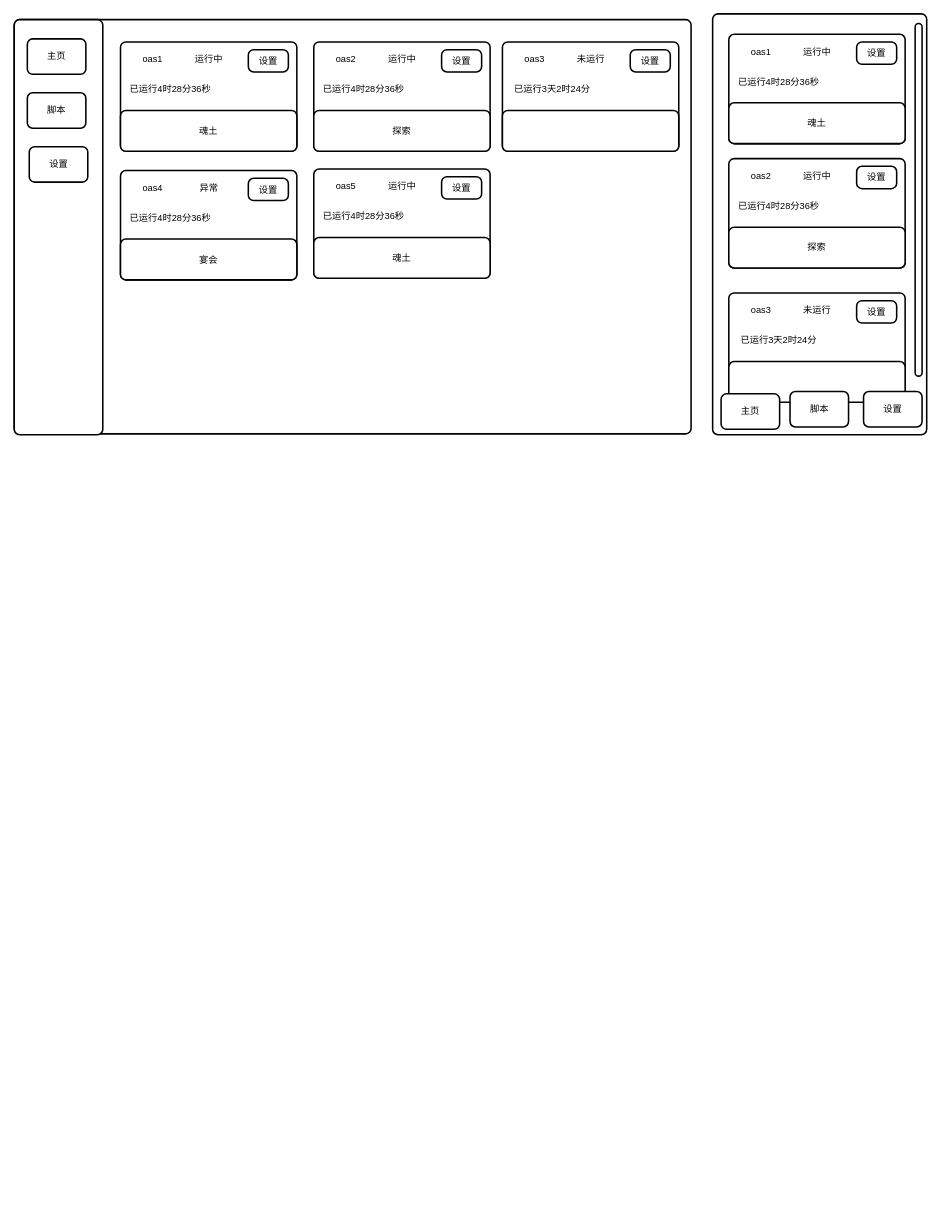
The draw.io diagram oasx.drawio in BluettDream/draw.io, before the edit. Source tidied: cells renumbered, new cells numbered last; positions are measured from the earlier drawing's top-left corner, leaving out a move shared by most shapes. Both pictures are drawn from the tidied source at 77%, with x=0, y=0 at pixel (14, 14).
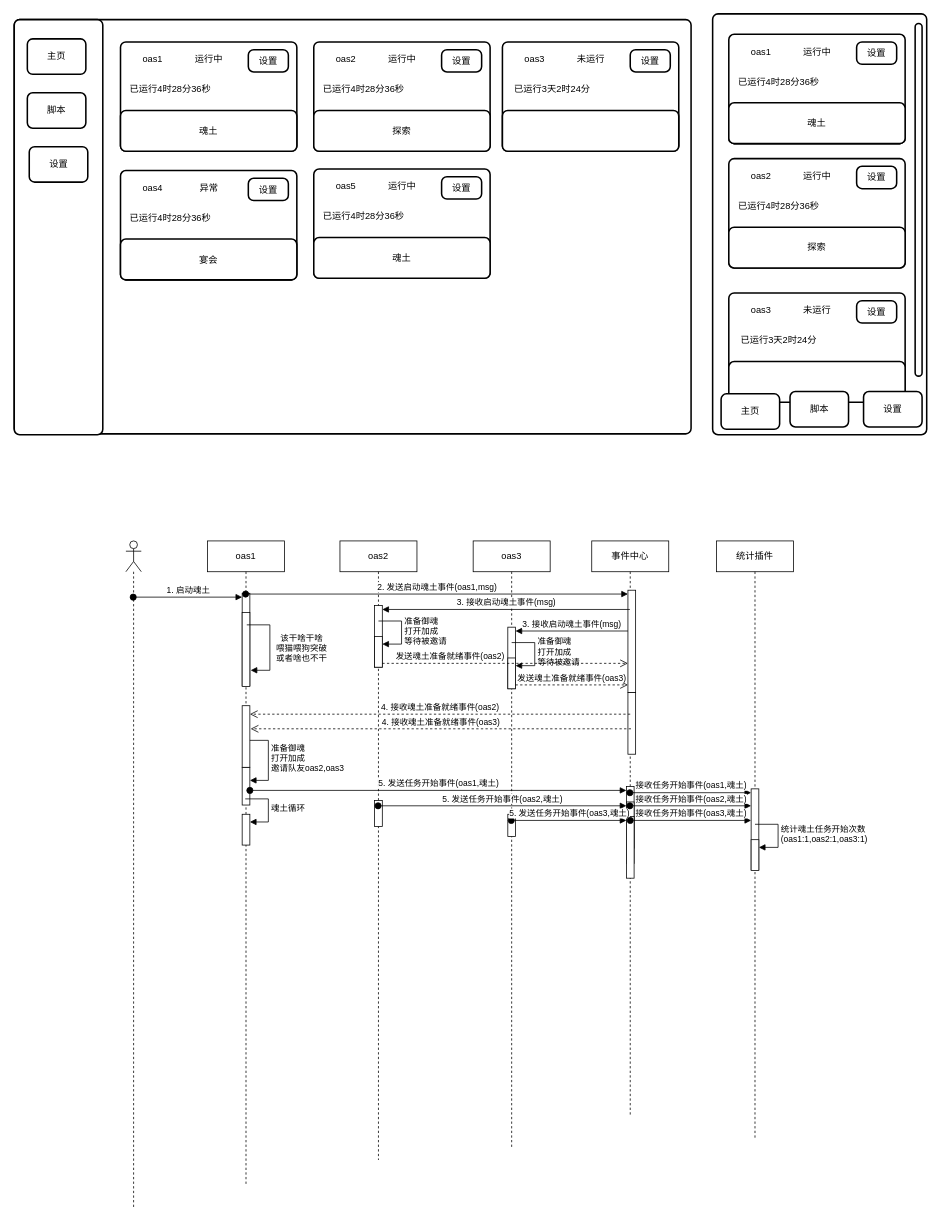
Above is the later version.

The edit, as a diff of the source:
```diff
@@
+    <mxCell id="60" style="shape=umlLifeline;perimeter=lifelinePerimeter;whiteSpace=wrap;html=1;outlineConnect=0;portConstraint=eastwest;newEdgeStyle={&quot;curved&quot;:0,&quot;rounded&quot;:0};participant=umlActor;" parent="1" vertex="1">
+      <mxGeometry x="145" y="684" width="20" height="866" as="geometry" />
+    </mxCell>
+    <mxCell id="61" value="oas1" style="shape=umlLifeline;perimeter=lifelinePerimeter;whiteSpace=wrap;html=1;outlineConnect=0;portConstraint=eastwest;newEdgeStyle={&quot;curved&quot;:0,&quot;rounded&quot;:0};" parent="1" vertex="1">
+      <mxGeometry x="251" y="684" width="100" height="838" as="geometry" />
+    </mxCell>
+    <mxCell id="62" style="html=1;points=[[0,0,0,0,5],[0,1,0,0,-5],[1,0,0,0,5],[1,1,0,0,-5]];perimeter=orthogonalPerimeter;outlineConnect=0;targetShapes=umlLifeline;portConstraint=eastwest;newEdgeStyle={&quot;curved&quot;:0,&quot;rounded&quot;:0};" parent="61" vertex="1">
+      <mxGeometry x="45" y="68" width="10" height="120" as="geometry" />
+    </mxCell>
+    <mxCell id="63" style="html=1;perimeter=orthogonalPerimeter;targetShapes=umlLifeline;newEdgeStyle={&quot;curved&quot;:0,&quot;rounded&quot;:0};" parent="61" vertex="1">
+      <mxGeometry x="45" y="93" width="10" height="96" as="geometry" />
+    </mxCell>
+    <mxCell id="64" style="html=1;align=left;spacingLeft=2;endArrow=block;rounded=0;edgeStyle=orthogonalEdgeStyle;curved=0;rounded=0;" parent="61" edge="1">
+      <mxGeometry relative="1" as="geometry">
+        <mxPoint x="51" y="109" as="sourcePoint" />
+        <mxPoint x="56" y="168" as="targetPoint" />
+        <Array as="points">
+          <mxPoint x="81" y="109" />
+          <mxPoint x="81" y="168" />
+        </Array>
+      </mxGeometry>
+    </mxCell>
+    <mxCell id="65" value="该干啥干啥&lt;br&gt;喂猫喂狗突破&lt;br&gt;或者啥也不干" style="edgeLabel;html=1;align=center;verticalAlign=middle;" parent="64" vertex="1">
+      <mxGeometry x="-0.05" y="-1" relative="1" as="geometry">
+        <mxPoint x="41" y="5" as="offset" />
+      </mxGeometry>
+    </mxCell>
+    <mxCell id="66" style="html=1;points=[[0,0,0,0,5],[0,1,0,0,-5],[1,0,0,0,5],[1,1,0,0,-5]];perimeter=orthogonalPerimeter;outlineConnect=0;targetShapes=umlLifeline;portConstraint=eastwest;newEdgeStyle={&quot;curved&quot;:0,&quot;rounded&quot;:0};" parent="61" vertex="1">
+      <mxGeometry x="45" y="294" width="10" height="49" as="geometry" />
+    </mxCell>
+    <mxCell id="67" value="准备御魂&lt;br&gt;打开加成&lt;br&gt;邀请队友oas2,oas3" style="html=1;align=left;spacingLeft=2;endArrow=block;rounded=0;edgeStyle=orthogonalEdgeStyle;curved=0;rounded=0;" parent="61" edge="1" target="66">
+      <mxGeometry relative="1" as="geometry">
+        <mxPoint x="49" y="259" as="sourcePoint" />
+        <Array as="points">
+          <mxPoint x="79" y="259" />
+          <mxPoint x="79" y="311" />
+        </Array>
+      </mxGeometry>
+    </mxCell>
+    <mxCell id="68" style="html=1;points=[[0,0,0,0,5],[0,1,0,0,-5],[1,0,0,0,5],[1,1,0,0,-5]];perimeter=orthogonalPerimeter;outlineConnect=0;targetShapes=umlLifeline;portConstraint=eastwest;newEdgeStyle={&quot;curved&quot;:0,&quot;rounded&quot;:0};" parent="61" vertex="1">
+      <mxGeometry x="45" y="214" width="10" height="80" as="geometry" />
+    </mxCell>
+    <mxCell id="69" style="html=1;points=[[0,0,0,0,5],[0,1,0,0,-5],[1,0,0,0,5],[1,1,0,0,-5]];perimeter=orthogonalPerimeter;outlineConnect=0;targetShapes=umlLifeline;portConstraint=eastwest;newEdgeStyle={&quot;curved&quot;:0,&quot;rounded&quot;:0};" parent="61" vertex="1">
+      <mxGeometry x="45" y="355" width="10" height="40" as="geometry" />
+    </mxCell>
+    <mxCell id="70" value="魂土循环" style="html=1;align=left;spacingLeft=2;endArrow=block;rounded=0;edgeStyle=orthogonalEdgeStyle;curved=0;rounded=0;" parent="61" edge="1" target="69">
+      <mxGeometry relative="1" as="geometry">
+        <mxPoint x="49" y="335" as="sourcePoint" />
+        <Array as="points">
+          <mxPoint x="79" y="365" />
+        </Array>
+      </mxGeometry>
+    </mxCell>
+    <mxCell id="71" value="oas2" style="shape=umlLifeline;perimeter=lifelinePerimeter;whiteSpace=wrap;html=1;outlineConnect=0;portConstraint=eastwest;newEdgeStyle={&quot;curved&quot;:0,&quot;rounded&quot;:0};" parent="1" vertex="1">
+      <mxGeometry x="423" y="684" width="100" height="804" as="geometry" />
+    </mxCell>
+    <mxCell id="72" style="html=1;points=[[0,0,0,0,5],[0,1,0,0,-5],[1,0,0,0,5],[1,1,0,0,-5]];perimeter=orthogonalPerimeter;outlineConnect=0;targetShapes=umlLifeline;portConstraint=eastwest;newEdgeStyle={&quot;curved&quot;:0,&quot;rounded&quot;:0};" parent="71" vertex="1">
+      <mxGeometry x="45" y="84" width="10" height="80" as="geometry" />
+    </mxCell>
+    <mxCell id="73" style="html=1;points=[[0,0,0,0,5],[0,1,0,0,-5],[1,0,0,0,5],[1,1,0,0,-5]];perimeter=orthogonalPerimeter;outlineConnect=0;targetShapes=umlLifeline;portConstraint=eastwest;newEdgeStyle={&quot;curved&quot;:0,&quot;rounded&quot;:0};" parent="71" vertex="1">
+      <mxGeometry x="45" y="124" width="10" height="40" as="geometry" />
+    </mxCell>
+    <mxCell id="74" value="准备御魂&lt;br&gt;打开加成&lt;br&gt;等待被邀请" style="html=1;align=left;spacingLeft=2;endArrow=block;rounded=0;edgeStyle=orthogonalEdgeStyle;curved=0;rounded=0;" parent="71" edge="1" target="73">
+      <mxGeometry relative="1" as="geometry">
+        <mxPoint x="50" y="104" as="sourcePoint" />
+        <Array as="points">
+          <mxPoint x="80" y="134" />
+        </Array>
+      </mxGeometry>
+    </mxCell>
+    <mxCell id="75" style="html=1;perimeter=orthogonalPerimeter;targetShapes=umlLifeline;newEdgeStyle={&quot;curved&quot;:0,&quot;rounded&quot;:0};" parent="71" vertex="1">
+      <mxGeometry x="45" y="337" width="10" height="34" as="geometry" />
+    </mxCell>
+    <mxCell id="76" value="oas3" style="shape=umlLifeline;perimeter=lifelinePerimeter;whiteSpace=wrap;html=1;outlineConnect=0;portConstraint=eastwest;newEdgeStyle={&quot;curved&quot;:0,&quot;rounded&quot;:0};" parent="1" vertex="1">
+      <mxGeometry x="596" y="684" width="100" height="790" as="geometry" />
+    </mxCell>
+    <mxCell id="77" style="html=1;points=[[0,0,0,0,5],[0,1,0,0,-5],[1,0,0,0,5],[1,1,0,0,-5]];perimeter=orthogonalPerimeter;outlineConnect=0;targetShapes=umlLifeline;portConstraint=eastwest;newEdgeStyle={&quot;curved&quot;:0,&quot;rounded&quot;:0};" parent="76" vertex="1">
+      <mxGeometry x="45" y="112" width="10" height="80" as="geometry" />
+    </mxCell>
+    <mxCell id="78" style="html=1;points=[[0,0,0,0,5],[0,1,0,0,-5],[1,0,0,0,5],[1,1,0,0,-5]];perimeter=orthogonalPerimeter;outlineConnect=0;targetShapes=umlLifeline;portConstraint=eastwest;newEdgeStyle={&quot;curved&quot;:0,&quot;rounded&quot;:0};" parent="76" vertex="1">
+      <mxGeometry x="45" y="152" width="10" height="40" as="geometry" />
+    </mxCell>
+    <mxCell id="79" value="准备御魂&lt;br&gt;打开加成&lt;br&gt;等待被邀请" style="html=1;align=left;spacingLeft=2;endArrow=block;rounded=0;edgeStyle=orthogonalEdgeStyle;curved=0;rounded=0;" parent="76" edge="1" target="78">
+      <mxGeometry x="-0.01" relative="1" as="geometry">
+        <mxPoint x="50" y="132" as="sourcePoint" />
+        <Array as="points">
+          <mxPoint x="80" y="162" />
+        </Array>
+      </mxGeometry>
+    </mxCell>
+    <mxCell id="80" style="html=1;perimeter=orthogonalPerimeter;targetShapes=umlLifeline;newEdgeStyle={&quot;curved&quot;:0,&quot;rounded&quot;:0};" parent="76" vertex="1">
+      <mxGeometry x="45" y="355" width="10" height="29" as="geometry" />
+    </mxCell>
+    <mxCell id="81" value="事件中心" style="shape=umlLifeline;perimeter=lifelinePerimeter;whiteSpace=wrap;html=1;outlineConnect=0;portConstraint=eastwest;newEdgeStyle={&quot;curved&quot;:0,&quot;rounded&quot;:0};" parent="1" vertex="1">
+      <mxGeometry x="750" y="684" width="100" height="746" as="geometry" />
+    </mxCell>
+    <mxCell id="82" style="html=1;points=[[0,0,0,0,5],[0,1,0,0,-5],[1,0,0,0,5],[1,1,0,0,-5]];perimeter=orthogonalPerimeter;outlineConnect=0;targetShapes=umlLifeline;portConstraint=eastwest;newEdgeStyle={&quot;curved&quot;:0,&quot;rounded&quot;:0};" parent="81" vertex="1">
+      <mxGeometry x="47" y="64" width="10" height="133" as="geometry" />
+    </mxCell>
+    <mxCell id="83" style="html=1;perimeter=orthogonalPerimeter;targetShapes=umlLifeline;newEdgeStyle={&quot;curved&quot;:0,&quot;rounded&quot;:0};" parent="81" vertex="1">
+      <mxGeometry x="47" y="197" width="10" height="80" as="geometry" />
+    </mxCell>
+    <mxCell id="84" style="html=1;points=[[0,0,0,0,5],[0,1,0,0,-5],[1,0,0,0,5],[1,1,0,0,-5]];perimeter=orthogonalPerimeter;outlineConnect=0;targetShapes=umlLifeline;portConstraint=eastwest;newEdgeStyle={&quot;curved&quot;:0,&quot;rounded&quot;:0};" parent="81" vertex="1">
+      <mxGeometry x="45" y="319" width="10" height="80" as="geometry" />
+    </mxCell>
+    <mxCell id="85" style="html=1;points=[[0,0,0,0,5],[0,1,0,0,-5],[1,0,0,0,5],[1,1,0,0,-5]];perimeter=orthogonalPerimeter;outlineConnect=0;targetShapes=umlLifeline;portConstraint=eastwest;newEdgeStyle={&quot;curved&quot;:0,&quot;rounded&quot;:0};" parent="81" vertex="1">
+      <mxGeometry x="45" y="339" width="10" height="80" as="geometry" />
+    </mxCell>
+    <mxCell id="86" style="html=1;points=[[0,0,0,0,5],[0,1,0,0,-5],[1,0,0,0,5],[1,1,0,0,-5]];perimeter=orthogonalPerimeter;outlineConnect=0;targetShapes=umlLifeline;portConstraint=eastwest;newEdgeStyle={&quot;curved&quot;:0,&quot;rounded&quot;:0};" parent="81" vertex="1">
+      <mxGeometry x="45" y="358" width="10" height="80" as="geometry" />
+    </mxCell>
+    <mxCell id="87" value="1. 启动魂土" style="html=1;verticalAlign=bottom;startArrow=oval;endArrow=block;startSize=8;curved=0;rounded=0;entryX=0;entryY=0;entryDx=0;entryDy=5;" parent="1" edge="1" source="60" target="62">
+      <mxGeometry relative="1" as="geometry" />
+    </mxCell>
+    <mxCell id="88" value="2. 发送启动魂土事件(oas1,msg)" style="html=1;verticalAlign=bottom;startArrow=oval;endArrow=block;startSize=8;curved=0;rounded=0;entryX=0;entryY=0;entryDx=0;entryDy=5;" parent="1" edge="1" source="61" target="82">
+      <mxGeometry relative="1" as="geometry" />
+    </mxCell>
+    <mxCell id="89" value="3. 接收启动魂土事件(msg)" style="html=1;verticalAlign=bottom;endArrow=block;curved=0;rounded=0;entryX=1;entryY=0;entryDx=0;entryDy=5;" parent="1" edge="1" source="81" target="72">
+      <mxGeometry relative="1" as="geometry" />
+    </mxCell>
+    <mxCell id="90" value="发送魂土准备就绪事件(oas2)" style="html=1;verticalAlign=bottom;endArrow=open;dashed=1;endSize=8;curved=0;rounded=0;exitX=1;exitY=1;exitDx=0;exitDy=-5;align=right;" parent="1" edge="1" source="72" target="82">
+      <mxGeometry relative="1" as="geometry" />
+    </mxCell>
+    <mxCell id="91" value="3. 接收启动魂土事件(msg)" style="html=1;verticalAlign=bottom;endArrow=block;curved=0;rounded=0;entryX=1;entryY=0;entryDx=0;entryDy=5;" parent="1" edge="1" source="82" target="77">
+      <mxGeometry relative="1" as="geometry" />
+    </mxCell>
+    <mxCell id="92" value="发送魂土准备就绪事件(oas3)" style="html=1;verticalAlign=bottom;endArrow=open;dashed=1;endSize=8;curved=0;rounded=0;exitX=1;exitY=1;exitDx=0;exitDy=-5;" parent="1" edge="1" source="77" target="82">
+      <mxGeometry relative="1" as="geometry" />
+    </mxCell>
+    <mxCell id="93" value="4. 接收魂土准备就绪事件(oas2)" style="html=1;verticalAlign=bottom;endArrow=open;dashed=1;endSize=8;curved=0;rounded=0;" parent="1" edge="1" target="68">
+      <mxGeometry relative="1" as="geometry">
+        <mxPoint x="800" y="909" as="sourcePoint" />
+      </mxGeometry>
+    </mxCell>
+    <mxCell id="94" value="4. 接收魂土准备就绪事件(oas3)" style="html=1;verticalAlign=bottom;endArrow=open;dashed=1;endSize=8;curved=0;rounded=0;" parent="1" edge="1">
+      <mxGeometry relative="1" as="geometry">
+        <mxPoint x="801" y="928" as="sourcePoint" />
+        <mxPoint x="307" y="928" as="targetPoint" />
+      </mxGeometry>
+    </mxCell>
+    <mxCell id="95" value="5. 发送任务开始事件(oas1,魂土)" style="html=1;verticalAlign=bottom;startArrow=oval;endArrow=block;startSize=8;curved=0;rounded=0;entryX=0;entryY=0;entryDx=0;entryDy=5;" parent="1" edge="1" source="66" target="84">
+      <mxGeometry relative="1" as="geometry" />
+    </mxCell>
+    <mxCell id="96" value="5. 发送任务开始事件(oas2,魂土)" style="html=1;verticalAlign=bottom;startArrow=oval;endArrow=block;startSize=8;curved=0;rounded=0;entryX=0;entryY=0;entryDx=0;entryDy=5;" parent="1" edge="1" source="71" target="85">
+      <mxGeometry relative="1" as="geometry" />
+    </mxCell>
+    <mxCell id="97" value="5. 发送任务开始事件(oas3,魂土)" style="html=1;verticalAlign=bottom;startArrow=oval;endArrow=block;startSize=8;curved=0;rounded=0;entryX=0;entryY=0;entryDx=0;entryDy=5;" parent="1" edge="1" source="76" target="86">
+      <mxGeometry relative="1" as="geometry" />
+    </mxCell>
+    <mxCell id="98" value="统计插件" style="shape=umlLifeline;perimeter=lifelinePerimeter;whiteSpace=wrap;html=1;newEdgeStyle={&quot;curved&quot;:0,&quot;rounded&quot;:0};" parent="1" vertex="1">
+      <mxGeometry x="912" y="684" width="100" height="777" as="geometry" />
+    </mxCell>
+    <mxCell id="99" style="html=1;points=[[0,0,0,0,5],[0,1,0,0,-5],[1,0,0,0,5],[1,1,0,0,-5]];perimeter=orthogonalPerimeter;outlineConnect=0;targetShapes=umlLifeline;portConstraint=eastwest;newEdgeStyle={&quot;curved&quot;:0,&quot;rounded&quot;:0};" parent="98" vertex="1">
+      <mxGeometry x="45" y="322" width="10" height="105" as="geometry" />
+    </mxCell>
+    <mxCell id="100" style="html=1;points=[[0,0,0,0,5],[0,1,0,0,-5],[1,0,0,0,5],[1,1,0,0,-5]];perimeter=orthogonalPerimeter;outlineConnect=0;targetShapes=umlLifeline;portConstraint=eastwest;newEdgeStyle={&quot;curved&quot;:0,&quot;rounded&quot;:0};" parent="98" vertex="1">
+      <mxGeometry x="45" y="388" width="10" height="40" as="geometry" />
+    </mxCell>
+    <mxCell id="101" value="统计魂土任务开始次数&lt;div&gt;(oas1:1,oas2:1,oas3:1)&lt;/div&gt;" style="html=1;align=left;spacingLeft=2;endArrow=block;rounded=0;edgeStyle=orthogonalEdgeStyle;curved=0;rounded=0;" parent="98" edge="1" target="100">
+      <mxGeometry relative="1" as="geometry">
+        <mxPoint x="50" y="368" as="sourcePoint" />
+        <Array as="points">
+          <mxPoint x="80" y="398" />
+        </Array>
+      </mxGeometry>
+    </mxCell>
+    <mxCell id="102" value="接收任务开始事件(oas1,魂土)" style="html=1;verticalAlign=bottom;startArrow=oval;endArrow=block;startSize=8;curved=0;rounded=0;entryX=0;entryY=0;entryDx=0;entryDy=5;" parent="1" edge="1" source="81" target="99">
+      <mxGeometry relative="1" as="geometry" />
+    </mxCell>
+    <mxCell id="103" value="接收任务开始事件(oas2,魂土)" style="html=1;verticalAlign=bottom;startArrow=oval;endArrow=block;startSize=8;curved=0;rounded=0;entryX=0;entryY=0;entryDx=0;entryDy=5;" parent="1" edge="1" source="81">
+      <mxGeometry relative="1" as="geometry">
+        <mxPoint x="957" y="1028" as="targetPoint" />
+      </mxGeometry>
+    </mxCell>
+    <mxCell id="104" value="接收任务开始事件(oas3,魂土)" style="html=1;verticalAlign=bottom;startArrow=oval;endArrow=block;startSize=8;curved=0;rounded=0;entryX=0;entryY=0;entryDx=0;entryDy=5;" parent="1" edge="1">
+      <mxGeometry relative="1" as="geometry">
+        <mxPoint x="800" y="1047" as="sourcePoint" />
+        <mxPoint x="957" y="1047" as="targetPoint" />
+      </mxGeometry>
+    </mxCell>
```
